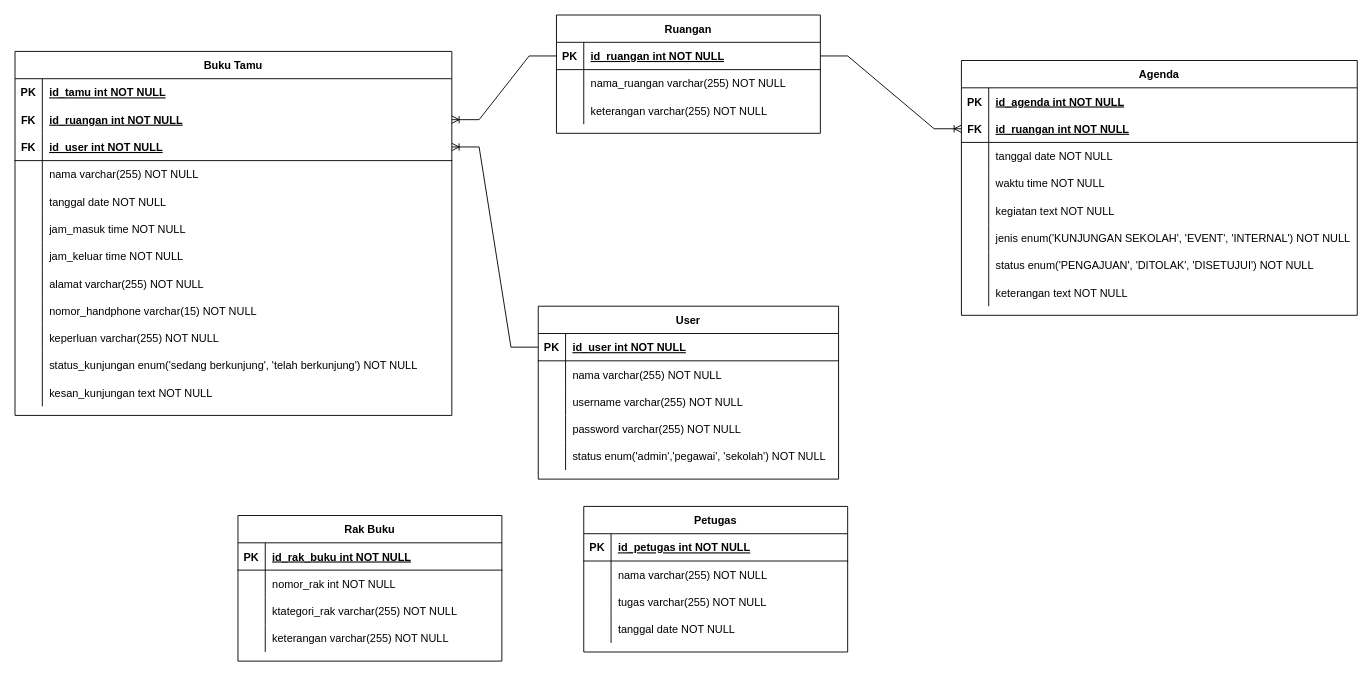
Before: database/Database Schema.drawio in yafizh/Buku-Tamu, a draw.io diagram. Source tidied: cells renumbered, new cells numbered last; positions are measured from the earlier drawing's top-left corner, leaving out a move shared by most shapes. Both pictures are drawn from the tidied source at 91%, with x=0, y=0 at pixel (15, 15).
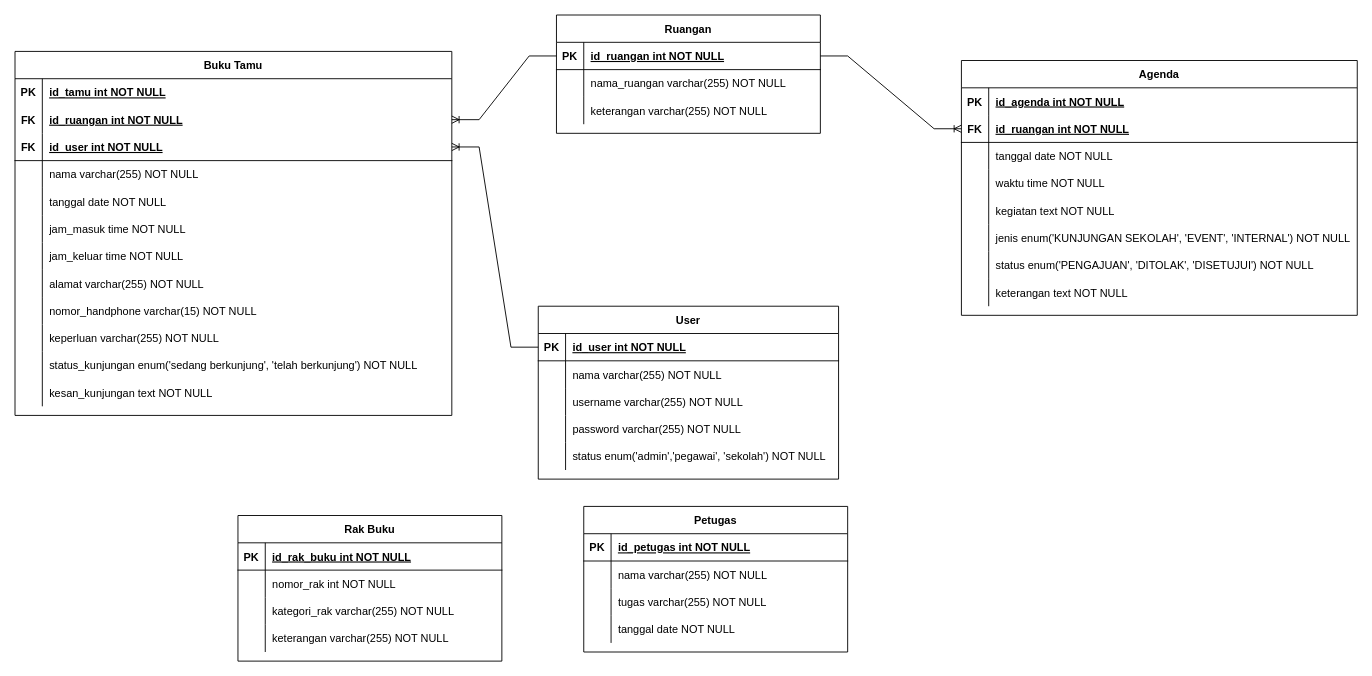
The same page after the edit.

The change refers to these unchanged cells:
```xml
<mxCell id="100" style="shape=partialRectangle;fillColor=none;top=0;left=0;right=0;bottom=0;" parent="93" vertex="1">
  <mxGeometry y="90" width="290" height="30" as="geometry" />
</mxCell>
```

The edit, as a diff of the source:
```diff
@@
-    <mxCell id="102" value="ktategori_rak varchar(255) NOT NULL" style="shape=partialRectangle;overflow=hidden;fillColor=none;top=0;left=0;bottom=0;right=0;align=left;spacingLeft=6;" parent="100" vertex="1">
+    <mxCell id="102" value="kategori_rak varchar(255) NOT NULL" style="shape=partialRectangle;overflow=hidden;fillColor=none;top=0;left=0;bottom=0;right=0;align=left;spacingLeft=6;" parent="100" vertex="1">
       <mxGeometry x="30" width="260" height="30" as="geometry" />
     </mxCell>
```
